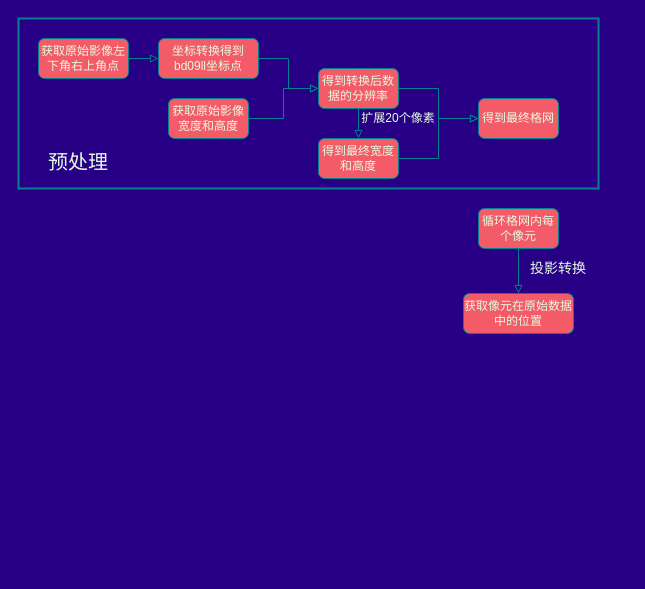
Before: Untitled Diagram.drawio in ninexy/springcloudConfig, a draw.io diagram. Source tidied: cells renumbered, new cells numbered last; positions are measured from the earlier drawing's top-left corner, leaving out a move shared by most shapes. Both pictures are drawn from the tidied source at 100%, with x=0, y=0 at pixel (18, 18).
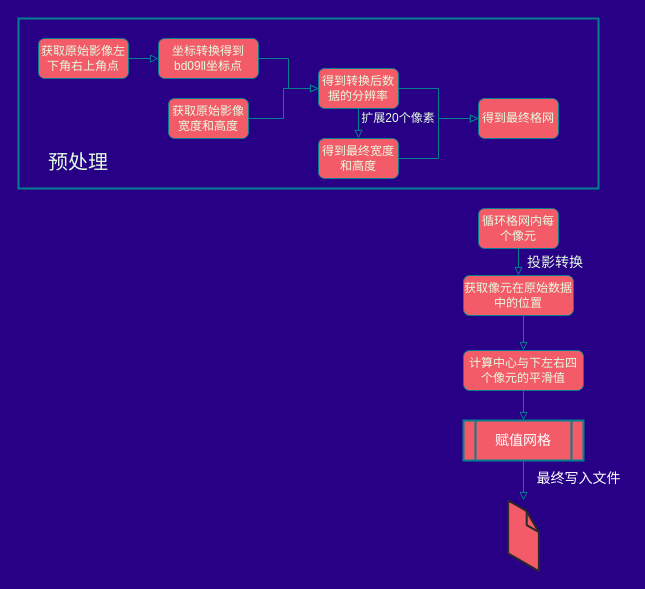
After the change.

Diff of the diagram source:
```diff
@@
+    <mxCell id="21" style="edgeStyle=orthogonalEdgeStyle;rounded=0;jettySize=auto;html=1;exitX=0.5;exitY=1;exitDx=0;exitDy=0;entryX=0.5;entryY=0;entryDx=0;entryDy=0;labelBackgroundColor=#114B5F;endArrow=block;endFill=0;strokeColor=#028090;fontSize=14;fontColor=#E4FDE1;" parent="1" edge="1" source="19" target="23">
+      <mxGeometry relative="1" as="geometry" />
+    </mxCell>
     <mxCell id="19" value="获取像元在原始数据中的位置" style="rounded=1;whiteSpace=wrap;html=1;fontColor=#E4FDE1;fillColor=#F45B69;strokeColor=#028090;" parent="1" vertex="1">
-      <mxGeometry x="445" y="275" width="110" height="40" as="geometry" />
+      <mxGeometry x="445" y="257" width="110" height="40" as="geometry" />
     </mxCell>
     <mxCell id="20" value="投影转换" style="text;html=1;strokeColor=none;fillColor=none;align=center;verticalAlign=middle;whiteSpace=wrap;rounded=0;sketch=0;fontSize=14;fontColor=#E4FDE1;" parent="1" vertex="1">
-      <mxGeometry x="500" y="240" width="80" height="20" as="geometry" />
+      <mxGeometry x="497" y="234" width="80" height="20" as="geometry" />
     </mxCell>
+    <mxCell id="22" style="edgeStyle=orthogonalEdgeStyle;rounded=0;jettySize=auto;html=1;exitX=0.5;exitY=1;exitDx=0;exitDy=0;entryX=0.5;entryY=0;entryDx=0;entryDy=0;labelBackgroundColor=#114B5F;endArrow=block;endFill=0;strokeColor=#028090;fontSize=14;fontColor=#FFFFFF;" parent="1" edge="1" source="23" target="25">
+      <mxGeometry relative="1" as="geometry" />
+    </mxCell>
+    <mxCell id="23" value="计算中心与下左右四个像元的平滑值" style="rounded=1;whiteSpace=wrap;html=1;fontColor=#E4FDE1;fillColor=#F45B69;strokeColor=#028090;" parent="1" vertex="1">
+      <mxGeometry x="445" y="332" width="120" height="40" as="geometry" />
+    </mxCell>
+    <mxCell id="24" style="edgeStyle=orthogonalEdgeStyle;rounded=0;jettySize=auto;html=1;exitX=0.5;exitY=1;exitDx=0;exitDy=0;labelBackgroundColor=#114B5F;endArrow=block;endFill=0;strokeColor=#028090;fontSize=14;fontColor=#FFFFFF;" parent="1" edge="1" source="25" target="26">
+      <mxGeometry relative="1" as="geometry" />
+    </mxCell>
+    <mxCell id="25" value="赋值网格" style="shape=process;whiteSpace=wrap;html=1;backgroundOutline=1;rounded=0;sketch=0;strokeWidth=2;fontSize=14;fillColor=#F45B69;strokeColor=#028090;fontColor=#FFFFFF;" parent="1" vertex="1">
+      <mxGeometry x="445" y="402" width="120" height="40" as="geometry" />
+    </mxCell>
+    <mxCell id="26" style="verticalLabelPosition=bottom;html=1;verticalAlign=top;strokeWidth=1;align=center;outlineConnect=0;dashed=0;outlineConnect=0;shape=mxgraph.aws3d.file;strokeColor=#292929;rounded=0;sketch=0;fillColor=#F45B69;fontSize=14;fontColor=#FFFFFF;" parent="1" vertex="1">
+      <mxGeometry x="489.6" y="482" width="30.8" height="70.6" as="geometry" />
+    </mxCell>
+    <mxCell id="27" value="最终写入文件" style="text;html=1;align=center;verticalAlign=middle;fontSize=14;fontColor=#FFFFFF;" parent="1" vertex="1">
+      <mxGeometry x="510" y="450" width="100" height="20" as="geometry" />
+    </mxCell>
```
